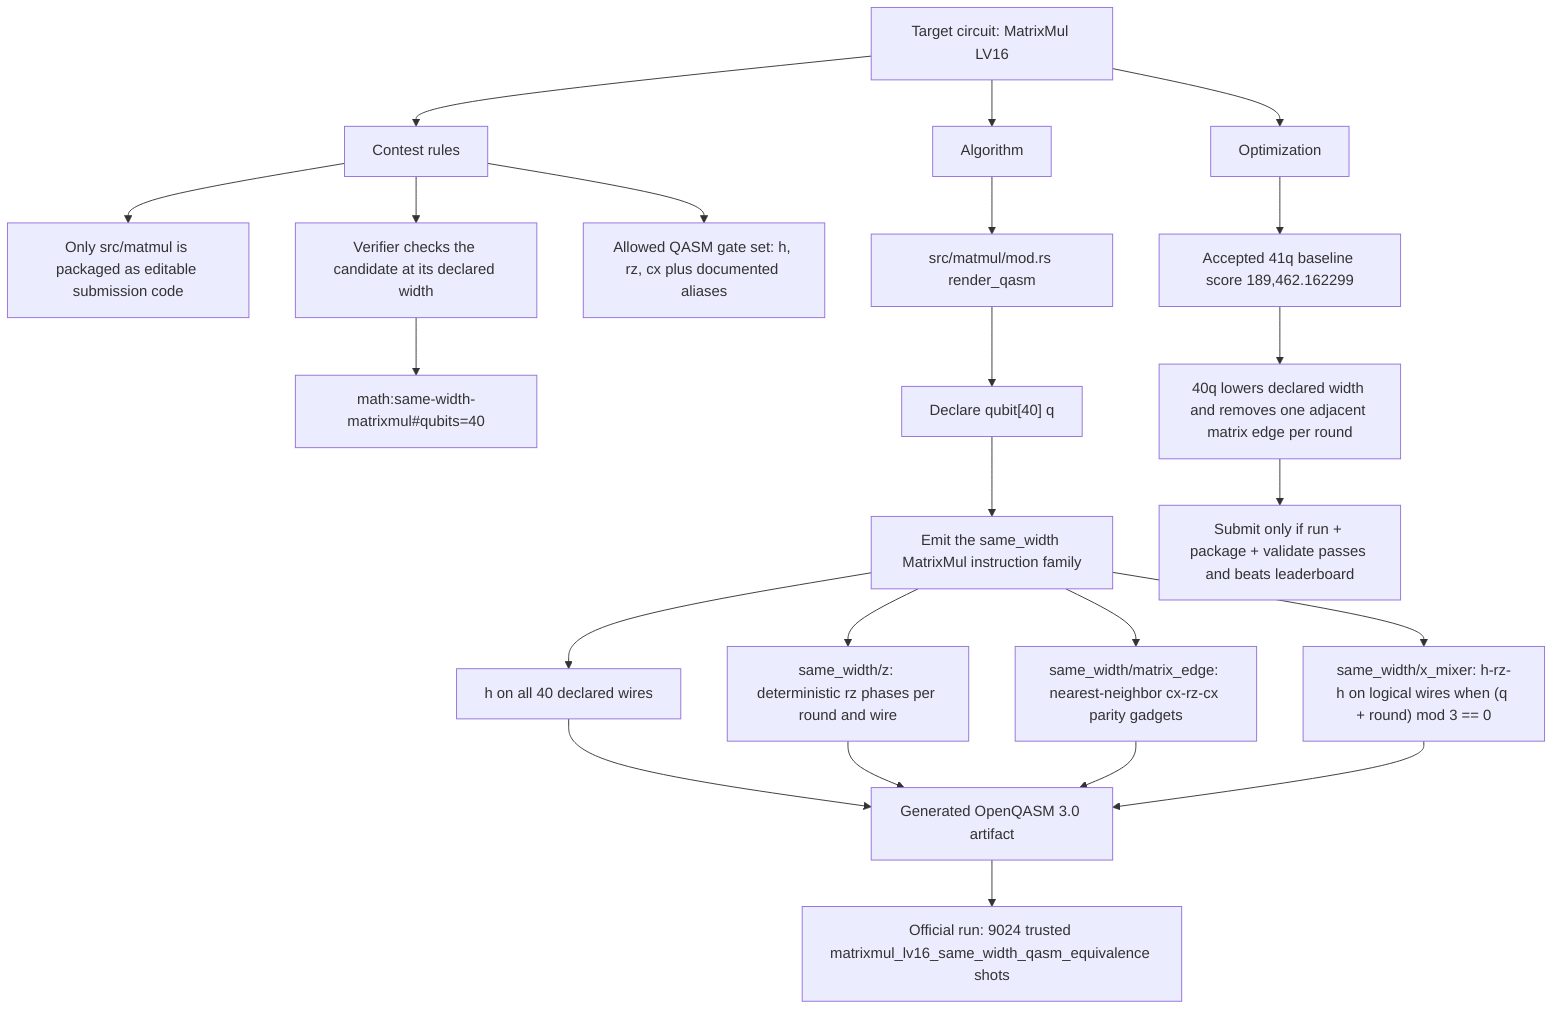
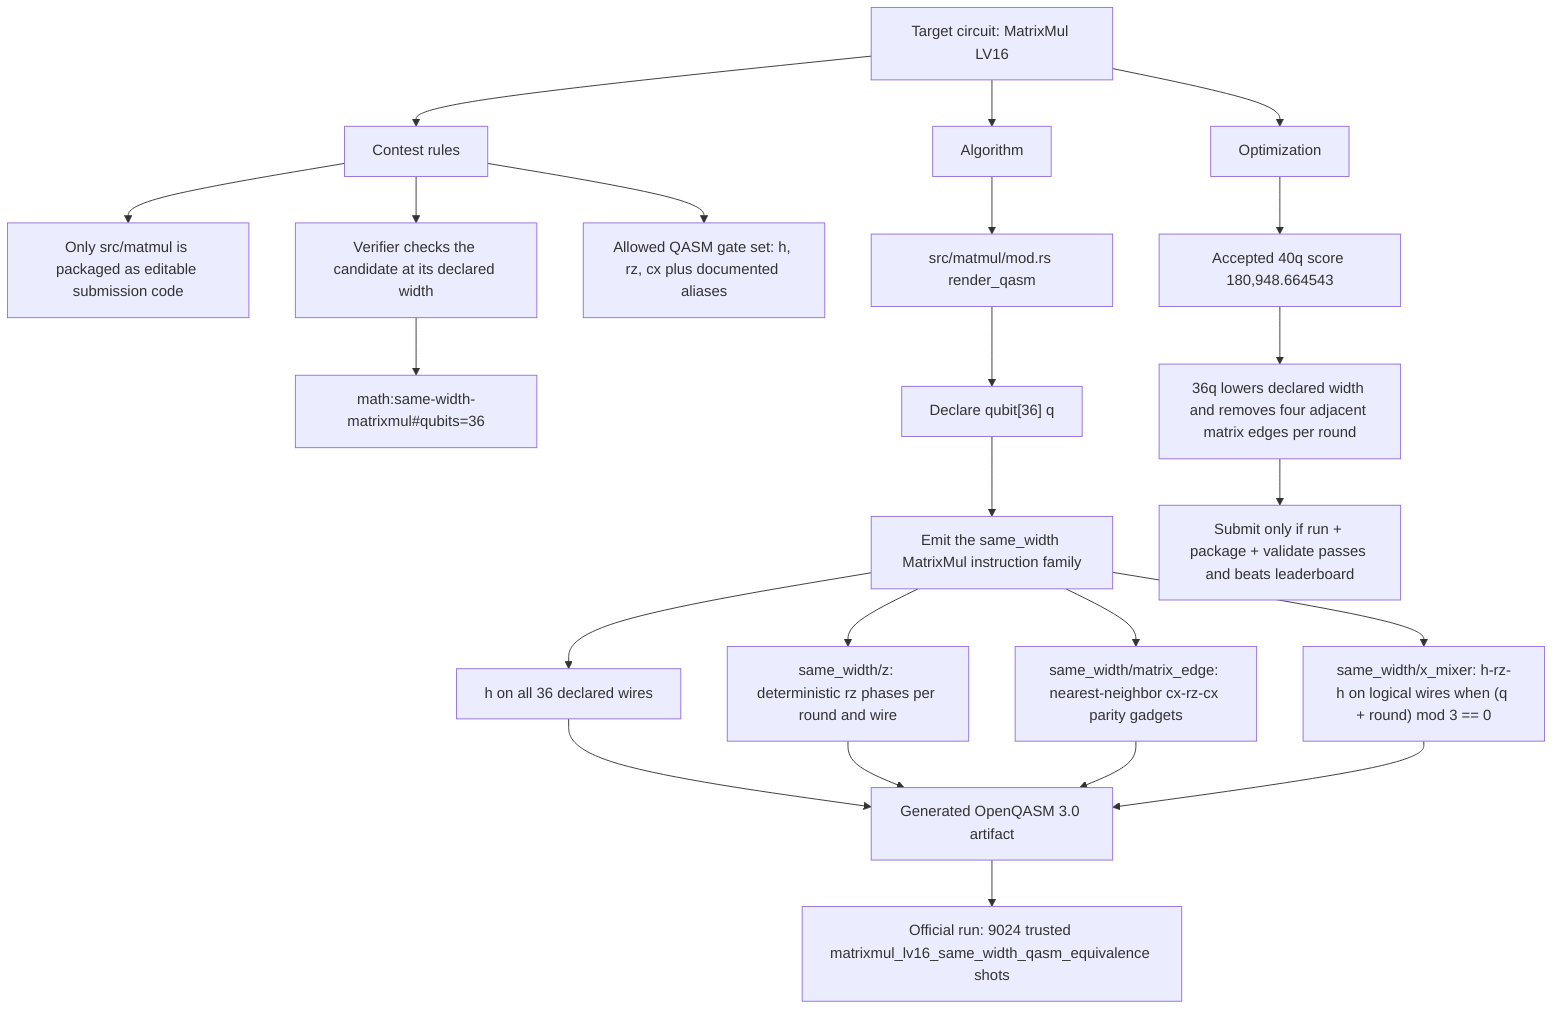
flowchart TD
  target["Target circuit: MatrixMul LV16"]
  algorithm["Algorithm"]
  optimization["Optimization"]

  target --> Rules["Contest rules"]
  target --> algorithm
  target --> optimization

  Rules --> Editable["Only src/matmul is packaged as editable submission code"]
  Rules --> DeclaredWidth["Verifier checks the candidate at its declared width"]
  Rules --> GateSet["Allowed QASM gate set: h, rz, cx plus documented aliases"]
-   DeclaredWidth --> Oracle["math:same-width-matrixmul#qubits=40"]
+   DeclaredWidth --> Oracle["math:same-width-matrixmul#qubits=36"]

  algorithm --> Entry["src/matmul/mod.rs render_qasm"]
-   Entry --> Width["Declare qubit[40] q"]
+   Entry --> Width["Declare qubit[36] q"]
  Width --> SameWidth["Emit the same_width MatrixMul instruction family"]
-   SameWidth --> Prep["h on all 40 declared wires"]
+   SameWidth --> Prep["h on all 36 declared wires"]
  SameWidth --> ZPhase["same_width/z: deterministic rz phases per round and wire"]
  SameWidth --> MatrixEdge["same_width/matrix_edge: nearest-neighbor cx-rz-cx parity gadgets"]
  SameWidth --> XMixer["same_width/x_mixer: h-rz-h on logical wires when (q + round) mod 3 == 0"]
  Prep --> QASM["Generated OpenQASM 3.0 artifact"]
  ZPhase --> QASM
  MatrixEdge --> QASM
  XMixer --> QASM
  QASM --> Validation["Official run: 9024 trusted matrixmul_lv16_same_width_qasm_equivalence shots"]

-   optimization --> Prior["Accepted 41q baseline score 189,462.162299"]
-   Prior --> WidthDrop["40q lowers declared width and removes one adjacent matrix edge per round"]
+   optimization --> Prior["Accepted 40q score 180,948.664543"]
+   Prior --> WidthDrop["36q lowers declared width and removes four adjacent matrix edges per round"]
  WidthDrop --> ScoreGate["Submit only if run + package + validate passes and beats leaderboard"]
